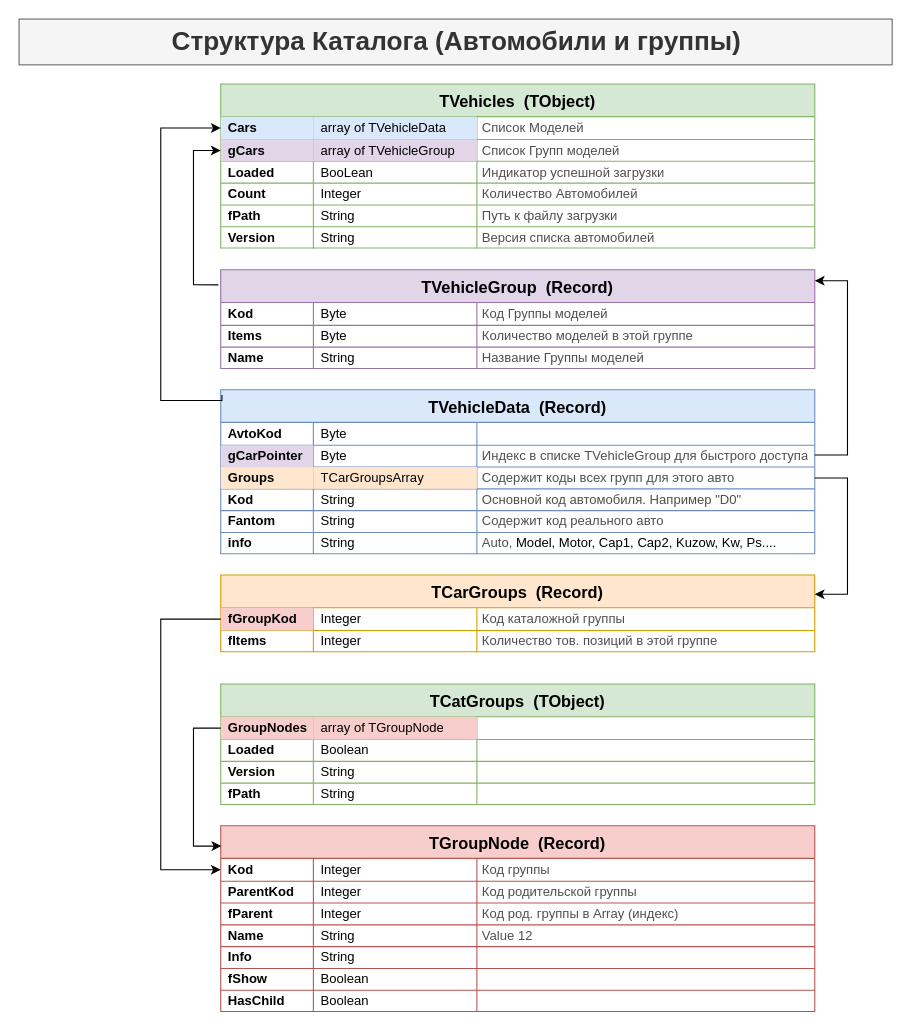
The draw.io diagram page "Catalog" (2 of 12) of Tasks.drawio in Sokrat125/fpc, before the edit. Source tidied: cells renumbered, new cells numbered last; positions are measured from the earlier drawing's top-left corner, leaving out a move shared by most shapes. Both pictures are drawn from the tidied source at 109%, with x=0, y=0 at pixel (19, 19).
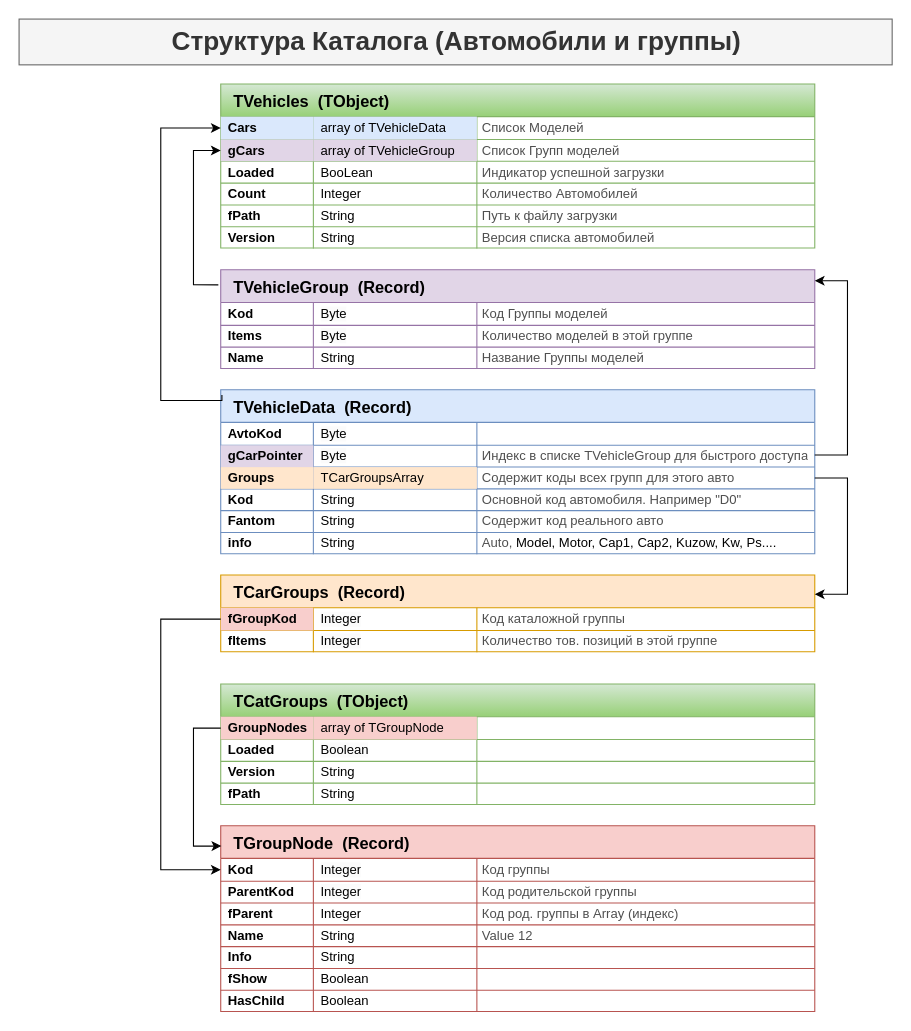
After the change.

What changed in the source:
```diff
@@
-    <mxCell id="3" value="TVehicles  (TObject)" style="shape=table;startSize=30;childLayout=tableLayout;fontStyle=1;fontSize=15;fillColor=#d5e8d4;strokeColor=#82b366;rowLines=1;swimlaneLine=1;" parent="1" vertex="1">
+    <mxCell id="3" value="TVehicles  (TObject)" style="shape=table;startSize=30;childLayout=tableLayout;fontStyle=1;fontSize=15;fillColor=#d5e8d4;strokeColor=#82b366;rowLines=1;swimlaneLine=1;gradientColor=#97d077;align=left;spacingLeft=10;" parent="1" vertex="1">
       <mxGeometry x="185" y="59.5" width="545" height="150.5" as="geometry" />
     </mxCell>
@@
-    <mxCell id="28" value="TVehicleData  (Record)" style="shape=table;startSize=30;childLayout=tableLayout;fontStyle=1;fontSize=15;fillColor=#dae8fc;strokeColor=#6c8ebf;" parent="1" vertex="1">
+    <mxCell id="28" value="TVehicleData  (Record)" style="shape=table;startSize=30;childLayout=tableLayout;fontStyle=1;fontSize=15;fillColor=#dae8fc;strokeColor=#6c8ebf;align=left;spacingLeft=10;" parent="1" vertex="1">
       <mxGeometry x="185" y="340" width="545" height="150.5" as="geometry" />
     </mxCell>
@@
-    <mxCell id="53" value="TCarGroups  (Record)" style="shape=table;startSize=30;childLayout=tableLayout;fontStyle=1;fontSize=15;enumerate=0;comic=0;fillColor=#ffe6cc;strokeColor=#d79b00;" parent="1" vertex="1">
+    <mxCell id="53" value="TCarGroups  (Record)" style="shape=table;startSize=30;childLayout=tableLayout;fontStyle=1;fontSize=15;enumerate=0;comic=0;fillColor=#ffe6cc;strokeColor=#d79b00;align=left;spacingLeft=10;" parent="1" vertex="1">
       <mxGeometry x="185" y="510" width="545" height="70.5" as="geometry" />
     </mxCell>
@@
-    <mxCell id="62" value="TVehicleGroup  (Record)" style="shape=table;startSize=30;childLayout=tableLayout;fontStyle=1;fontSize=15;fillColor=#e1d5e7;strokeColor=#9673a6;" parent="1" vertex="1">
+    <mxCell id="62" value="TVehicleGroup  (Record)" style="shape=table;startSize=30;childLayout=tableLayout;fontStyle=1;fontSize=15;fillColor=#e1d5e7;strokeColor=#9673a6;align=left;spacingLeft=10;" parent="1" vertex="1">
       <mxGeometry x="185" y="230" width="545" height="90.5" as="geometry" />
     </mxCell>
@@
-    <mxCell id="78" value="TCatGroups  (TObject)" style="shape=table;startSize=30;childLayout=tableLayout;fontStyle=1;fontSize=15;enumerate=0;comic=0;fillColor=#d5e8d4;strokeColor=#82b366;" parent="1" vertex="1">
+    <mxCell id="78" value="TCatGroups  (TObject)" style="shape=table;startSize=30;childLayout=tableLayout;fontStyle=1;fontSize=15;enumerate=0;comic=0;fillColor=#d5e8d4;strokeColor=#82b366;gradientColor=#97d077;align=left;spacingLeft=10;" parent="1" vertex="1">
       <mxGeometry x="185" y="610" width="545" height="110.5" as="geometry" />
     </mxCell>
@@
-    <mxCell id="95" value="TGroupNode  (Record)" style="shape=table;startSize=30;childLayout=tableLayout;fontStyle=1;fontSize=15;enumerate=0;comic=0;fillColor=#f8cecc;strokeColor=#b85450;" parent="1" vertex="1">
+    <mxCell id="95" value="TGroupNode  (Record)" style="shape=table;startSize=30;childLayout=tableLayout;fontStyle=1;fontSize=15;enumerate=0;comic=0;fillColor=#f8cecc;strokeColor=#b85450;align=left;spacingLeft=10;" parent="1" vertex="1">
       <mxGeometry x="185" y="740" width="545" height="170.5" as="geometry" />
     </mxCell>
```
